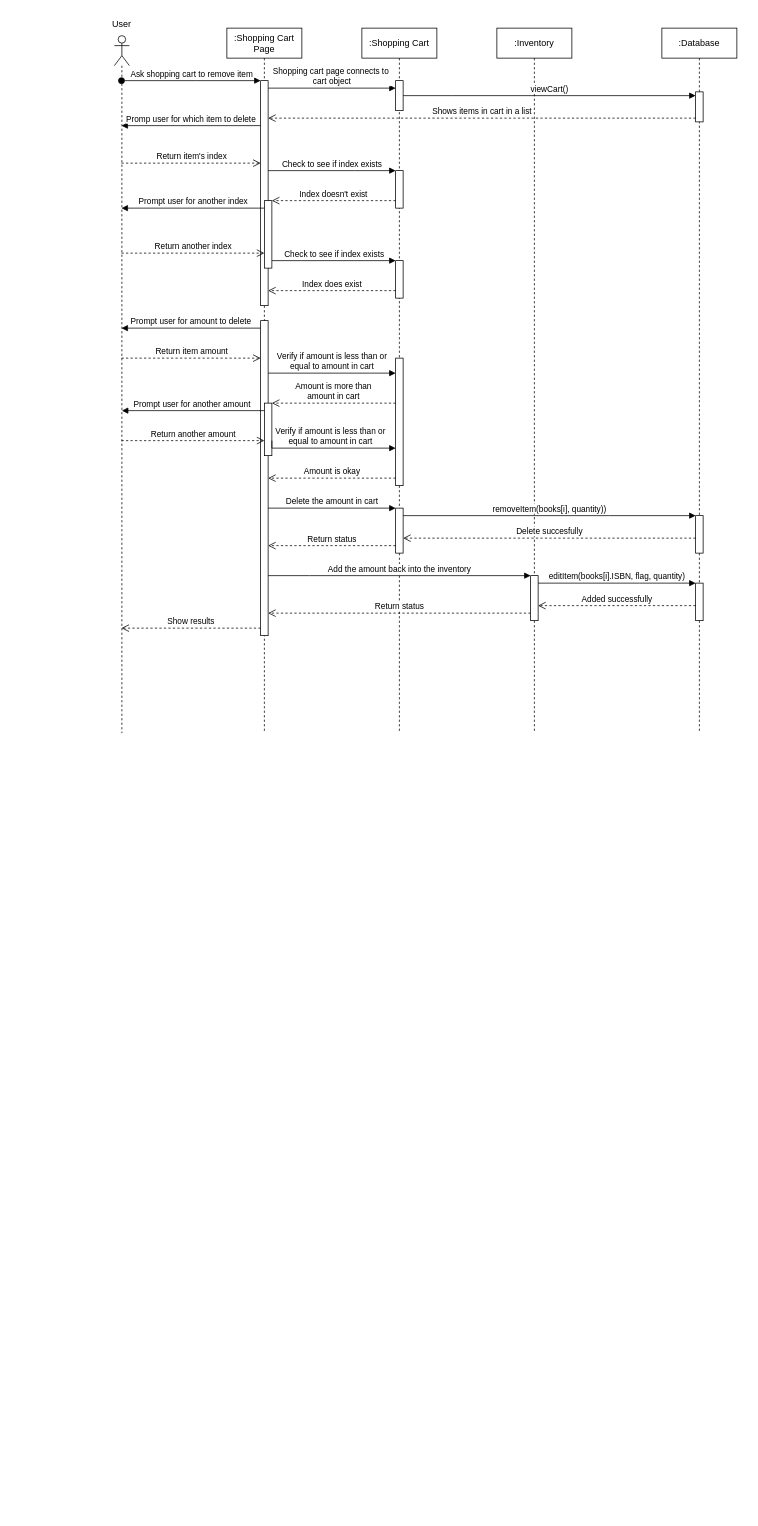
Earlier version of the draw.io diagram Remove Item Sequence Diagram.drawio (adl409/SE-project-Group-5). Source tidied: cells renumbered, new cells numbered last; positions are measured from the earlier drawing's top-left corner, leaving out a move shared by most shapes. Both pictures are drawn from the tidied source at 75%, with x=0, y=0 at pixel (99, 13).
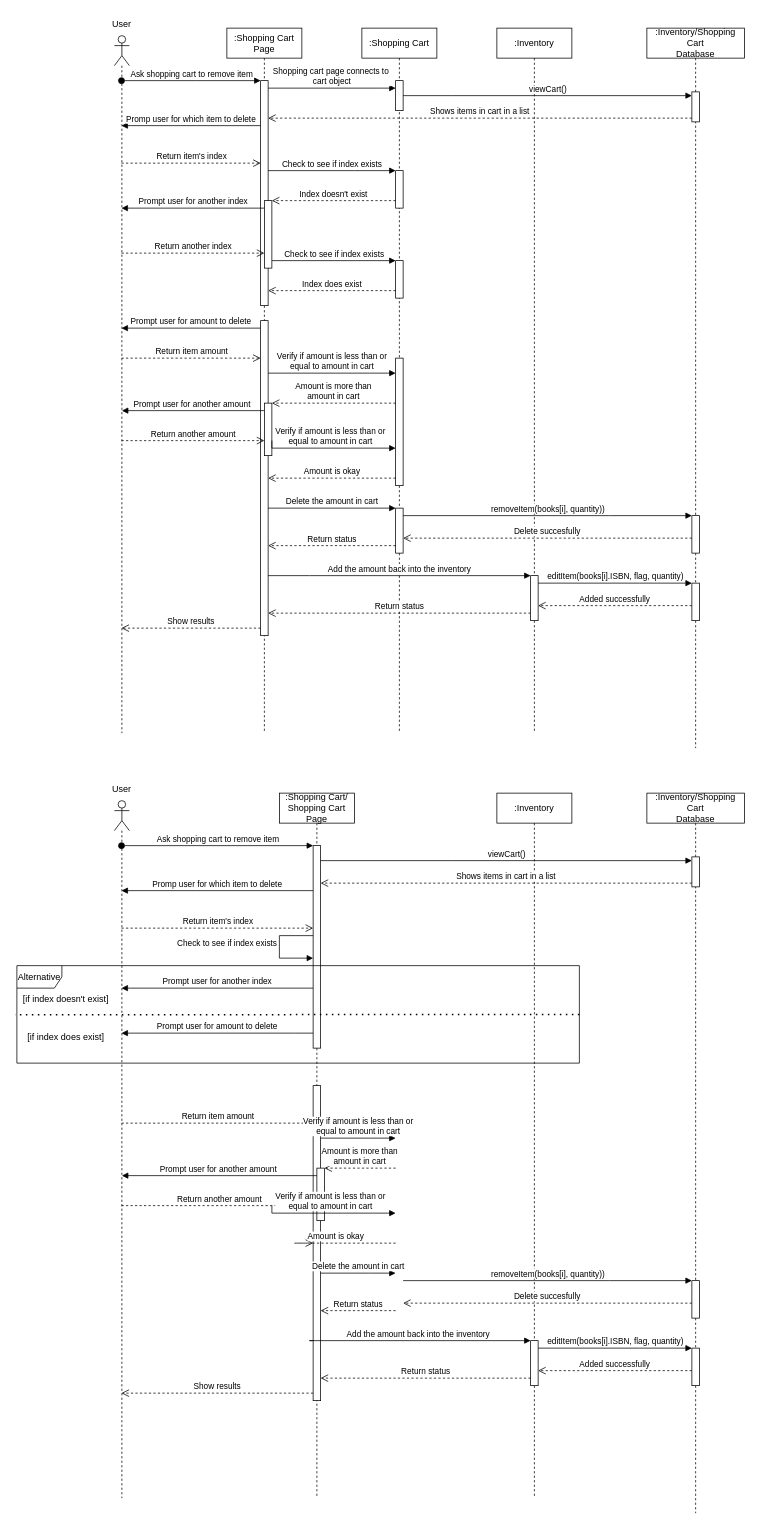
The same page after the edit.

Change to the diagram source:
```diff
@@
-    <mxCell id="39" value=":Database" style="shape=umlLifeline;perimeter=lifelinePerimeter;whiteSpace=wrap;html=1;newEdgeStyle={&quot;edgeStyle&quot;:&quot;elbowEdgeStyle&quot;,&quot;elbow&quot;:&quot;vertical&quot;,&quot;curved&quot;:0,&quot;rounded&quot;:0};" parent="1" vertex="1">
-      <mxGeometry x="750" y="20" width="100" height="940" as="geometry" />
+    <mxCell id="39" value=":Inventory/Shopping Cart&lt;br&gt;Database" style="shape=umlLifeline;perimeter=lifelinePerimeter;whiteSpace=wrap;html=1;newEdgeStyle={&quot;edgeStyle&quot;:&quot;elbowEdgeStyle&quot;,&quot;elbow&quot;:&quot;vertical&quot;,&quot;curved&quot;:0,&quot;rounded&quot;:0};" parent="1" vertex="1">
+      <mxGeometry x="730" y="20" width="130" height="960" as="geometry" />
     </mxCell>
     <mxCell id="40" style="html=1;points=[];perimeter=orthogonalPerimeter;outlineConnect=0;targetShapes=umlLifeline;portConstraint=eastwest;newEdgeStyle={&quot;edgeStyle&quot;:&quot;elbowEdgeStyle&quot;,&quot;elbow&quot;:&quot;vertical&quot;,&quot;curved&quot;:0,&quot;rounded&quot;:0};" parent="39" vertex="1">
-      <mxGeometry x="45" y="650" width="10" height="50" as="geometry" />
+      <mxGeometry x="60" y="650" width="10" height="50" as="geometry" />
     </mxCell>
     <mxCell id="41" style="html=1;points=[];perimeter=orthogonalPerimeter;outlineConnect=0;targetShapes=umlLifeline;portConstraint=eastwest;newEdgeStyle={&quot;edgeStyle&quot;:&quot;elbowEdgeStyle&quot;,&quot;elbow&quot;:&quot;vertical&quot;,&quot;curved&quot;:0,&quot;rounded&quot;:0};" parent="39" vertex="1">
-      <mxGeometry x="45" y="85" width="10" height="40" as="geometry" />
+      <mxGeometry x="60" y="85" width="10" height="40" as="geometry" />
     </mxCell>
     <mxCell id="42" style="html=1;points=[];perimeter=orthogonalPerimeter;outlineConnect=0;targetShapes=umlLifeline;portConstraint=eastwest;newEdgeStyle={&quot;edgeStyle&quot;:&quot;elbowEdgeStyle&quot;,&quot;elbow&quot;:&quot;vertical&quot;,&quot;curved&quot;:0,&quot;rounded&quot;:0};" parent="39" vertex="1">
-      <mxGeometry x="45" y="740" width="10" height="50" as="geometry" />
+      <mxGeometry x="60" y="740" width="10" height="50" as="geometry" />
     </mxCell>
@@
+    <mxCell id="50" value=":Inventory" style="shape=umlLifeline;perimeter=lifelinePerimeter;whiteSpace=wrap;html=1;newEdgeStyle={&quot;edgeStyle&quot;:&quot;elbowEdgeStyle&quot;,&quot;elbow&quot;:&quot;vertical&quot;,&quot;curved&quot;:0,&quot;rounded&quot;:0};" parent="1" vertex="1">
+      <mxGeometry x="530" y="1040" width="100" height="940" as="geometry" />
+    </mxCell>
+    <mxCell id="51" style="html=1;points=[];perimeter=orthogonalPerimeter;outlineConnect=0;targetShapes=umlLifeline;portConstraint=eastwest;newEdgeStyle={&quot;edgeStyle&quot;:&quot;elbowEdgeStyle&quot;,&quot;elbow&quot;:&quot;vertical&quot;,&quot;curved&quot;:0,&quot;rounded&quot;:0};" parent="50" vertex="1">
+      <mxGeometry x="45" y="730" width="10" height="60" as="geometry" />
+    </mxCell>
+    <mxCell id="52" style="shape=umlLifeline;perimeter=lifelinePerimeter;whiteSpace=wrap;html=1;outlineConnect=0;portConstraint=eastwest;newEdgeStyle={&quot;edgeStyle&quot;:&quot;elbowEdgeStyle&quot;,&quot;elbow&quot;:&quot;vertical&quot;,&quot;curved&quot;:0,&quot;rounded&quot;:0};participant=umlActor;" parent="1" vertex="1">
+      <mxGeometry x="20" y="1050" width="20" height="930" as="geometry" />
+    </mxCell>
+    <mxCell id="53" value="User" style="text;strokeColor=none;align=center;fillColor=none;html=1;verticalAlign=middle;whiteSpace=wrap;rounded=0;" parent="1" vertex="1">
+      <mxGeometry y="1020" width="60" height="30" as="geometry" />
+    </mxCell>
+    <mxCell id="54" value="Ask shopping cart to remove item" style="html=1;verticalAlign=bottom;startArrow=oval;endArrow=block;startSize=8;edgeStyle=elbowEdgeStyle;elbow=vertical;curved=0;rounded=0;" parent="1" edge="1" source="52" target="56">
+      <mxGeometry relative="1" as="geometry">
+        <Array as="points">
+          <mxPoint x="130" y="1110" />
+        </Array>
+      </mxGeometry>
+    </mxCell>
+    <mxCell id="55" value=":Shopping Cart/&lt;br&gt;Shopping Cart Page" style="shape=umlLifeline;perimeter=lifelinePerimeter;whiteSpace=wrap;html=1;newEdgeStyle={&quot;edgeStyle&quot;:&quot;elbowEdgeStyle&quot;,&quot;elbow&quot;:&quot;vertical&quot;,&quot;curved&quot;:0,&quot;rounded&quot;:0};" parent="1" vertex="1">
+      <mxGeometry x="240" y="1040" width="100" height="940" as="geometry" />
+    </mxCell>
+    <mxCell id="56" style="html=1;points=[];perimeter=orthogonalPerimeter;outlineConnect=0;targetShapes=umlLifeline;portConstraint=eastwest;newEdgeStyle={&quot;edgeStyle&quot;:&quot;elbowEdgeStyle&quot;,&quot;elbow&quot;:&quot;vertical&quot;,&quot;curved&quot;:0,&quot;rounded&quot;:0};" parent="55" vertex="1">
+      <mxGeometry x="45" y="70" width="10" height="270" as="geometry" />
+    </mxCell>
+    <mxCell id="57" style="html=1;points=[];perimeter=orthogonalPerimeter;outlineConnect=0;targetShapes=umlLifeline;portConstraint=eastwest;newEdgeStyle={&quot;edgeStyle&quot;:&quot;elbowEdgeStyle&quot;,&quot;elbow&quot;:&quot;vertical&quot;,&quot;curved&quot;:0,&quot;rounded&quot;:0};" parent="55" vertex="1">
+      <mxGeometry x="45" y="390" width="10" height="420" as="geometry" />
+    </mxCell>
+    <mxCell id="58" style="html=1;points=[];perimeter=orthogonalPerimeter;outlineConnect=0;targetShapes=umlLifeline;portConstraint=eastwest;newEdgeStyle={&quot;edgeStyle&quot;:&quot;elbowEdgeStyle&quot;,&quot;elbow&quot;:&quot;vertical&quot;,&quot;curved&quot;:0,&quot;rounded&quot;:0};" parent="55" vertex="1">
+      <mxGeometry x="50" y="500" width="10" height="70" as="geometry" />
+    </mxCell>
+    <mxCell id="59" value="Check to see if index exists" style="html=1;align=left;spacingLeft=2;endArrow=block;rounded=0;edgeStyle=orthogonalEdgeStyle;curved=0;rounded=0;" parent="55" edge="1" source="56" target="56">
+      <mxGeometry x="-0.08" y="-140" relative="1" as="geometry">
+        <Array as="points">
+          <mxPoint y="190" />
+          <mxPoint y="220" />
+        </Array>
+      </mxGeometry>
+    </mxCell>
+    <mxCell id="60" value="Promp user for which item to delete" style="html=1;verticalAlign=bottom;endArrow=block;edgeStyle=elbowEdgeStyle;elbow=vertical;curved=0;rounded=0;" parent="1" edge="1" source="56" target="52">
+      <mxGeometry relative="1" as="geometry">
+        <Array as="points">
+          <mxPoint x="130" y="1170" />
+          <mxPoint x="100" y="1150" />
+        </Array>
+      </mxGeometry>
+    </mxCell>
+    <mxCell id="61" value="Return item's index" style="html=1;verticalAlign=bottom;endArrow=open;dashed=1;endSize=8;edgeStyle=elbowEdgeStyle;elbow=vertical;curved=0;rounded=0;" parent="1" edge="1" source="52" target="56">
+      <mxGeometry relative="1" as="geometry">
+        <Array as="points">
+          <mxPoint x="150" y="1220" />
+          <mxPoint x="170" y="1210" />
+          <mxPoint x="210" y="1190" />
+        </Array>
+      </mxGeometry>
+    </mxCell>
+    <mxCell id="62" value="Prompt user for another index" style="html=1;verticalAlign=bottom;endArrow=block;edgeStyle=elbowEdgeStyle;elbow=vertical;curved=0;rounded=0;" parent="1" edge="1" source="56" target="52">
+      <mxGeometry relative="1" as="geometry">
+        <Array as="points">
+          <mxPoint x="180" y="1300" />
+          <mxPoint x="150" y="1290" />
+          <mxPoint x="170" y="1280" />
+          <mxPoint x="150" y="1280" />
+          <mxPoint x="190" y="1270" />
+          <mxPoint x="120" y="1310" />
+          <mxPoint x="90" y="1300" />
+        </Array>
+      </mxGeometry>
+    </mxCell>
+    <mxCell id="63" value="Prompt user for amount to delete" style="html=1;verticalAlign=bottom;endArrow=block;edgeStyle=elbowEdgeStyle;elbow=vertical;curved=0;rounded=0;" parent="1" edge="1" source="56" target="52">
+      <mxGeometry relative="1" as="geometry">
+        <Array as="points">
+          <mxPoint x="260" y="1360" />
+          <mxPoint x="240" y="1340" />
+          <mxPoint x="170" y="1440" />
+          <mxPoint x="140" y="1460" />
+          <mxPoint x="340" y="1470" />
+        </Array>
+      </mxGeometry>
+    </mxCell>
+    <mxCell id="64" value="Return item amount" style="html=1;verticalAlign=bottom;endArrow=open;dashed=1;endSize=8;edgeStyle=elbowEdgeStyle;elbow=vertical;curved=0;rounded=0;" parent="1" edge="1" source="52" target="57">
+      <mxGeometry relative="1" as="geometry">
+        <Array as="points">
+          <mxPoint x="100" y="1480" />
+        </Array>
+      </mxGeometry>
+    </mxCell>
+    <mxCell id="65" value="Verify if amount is less than or&lt;br&gt;equal to amount in cart" style="html=1;verticalAlign=bottom;endArrow=block;edgeStyle=elbowEdgeStyle;elbow=vertical;curved=0;rounded=0;" parent="1" edge="1" source="57">
+      <mxGeometry relative="1" as="geometry">
+        <mxPoint x="395" y="1500" as="targetPoint" />
+        <Array as="points">
+          <mxPoint x="360" y="1500" />
+          <mxPoint x="380" y="1520" />
+        </Array>
+      </mxGeometry>
+    </mxCell>
+    <mxCell id="66" value="Amount is more than &lt;br&gt;amount in cart" style="html=1;verticalAlign=bottom;endArrow=open;dashed=1;endSize=8;edgeStyle=elbowEdgeStyle;elbow=vertical;curved=0;rounded=0;" parent="1" edge="1" target="58">
+      <mxGeometry relative="1" as="geometry">
+        <mxPoint x="395" y="1540" as="sourcePoint" />
+        <Array as="points">
+          <mxPoint x="360" y="1540" />
+          <mxPoint x="260" y="1530" />
+          <mxPoint x="340" y="1540" />
+        </Array>
+      </mxGeometry>
+    </mxCell>
+    <mxCell id="67" value="Prompt user for another amount&amp;nbsp;" style="html=1;verticalAlign=bottom;endArrow=block;edgeStyle=elbowEdgeStyle;elbow=vertical;curved=0;rounded=0;" parent="1" edge="1" source="58">
+      <mxGeometry relative="1" as="geometry">
+        <mxPoint x="30" y="1550" as="targetPoint" />
+        <Array as="points">
+          <mxPoint x="170" y="1550" />
+          <mxPoint x="140" y="1570" />
+          <mxPoint x="340" y="1580" />
+        </Array>
+      </mxGeometry>
+    </mxCell>
+    <mxCell id="68" value="Return another amount" style="html=1;verticalAlign=bottom;endArrow=open;dashed=1;endSize=8;edgeStyle=elbowEdgeStyle;elbow=vertical;curved=0;rounded=0;" parent="1" edge="1" source="52" target="58">
+      <mxGeometry relative="1" as="geometry">
+        <Array as="points">
+          <mxPoint x="140" y="1590" />
+          <mxPoint x="70" y="1600" />
+        </Array>
+      </mxGeometry>
+    </mxCell>
+    <mxCell id="69" value="Verify if amount is less than or&lt;br&gt;equal to amount in cart" style="html=1;verticalAlign=bottom;endArrow=block;edgeStyle=elbowEdgeStyle;elbow=vertical;curved=0;rounded=0;" parent="1" edge="1">
+      <mxGeometry relative="1" as="geometry">
+        <mxPoint x="230" y="1590" as="sourcePoint" />
+        <mxPoint x="395" y="1600" as="targetPoint" />
+        <Array as="points">
+          <mxPoint x="240" y="1600" />
+          <mxPoint x="365" y="1590" />
+          <mxPoint x="385" y="1610" />
+        </Array>
+      </mxGeometry>
+    </mxCell>
+    <mxCell id="70" value="Amount is okay" style="html=1;verticalAlign=bottom;endArrow=open;dashed=1;endSize=8;edgeStyle=elbowEdgeStyle;elbow=vertical;curved=0;rounded=0;" parent="1" edge="1" target="57">
+      <mxGeometry relative="1" as="geometry">
+        <mxPoint x="395" y="1640" as="sourcePoint" />
+        <Array as="points">
+          <mxPoint x="260" y="1640" />
+          <mxPoint x="340" y="1650" />
+        </Array>
+      </mxGeometry>
+    </mxCell>
+    <mxCell id="71" value="Add the amount back into the inventory" style="html=1;verticalAlign=bottom;endArrow=block;edgeStyle=elbowEdgeStyle;elbow=vertical;curved=0;rounded=0;" parent="1" edge="1" source="57" target="51">
+      <mxGeometry relative="1" as="geometry">
+        <Array as="points">
+          <mxPoint x="280" y="1770" />
+          <mxPoint x="460" y="1750" />
+          <mxPoint x="440" y="1720" />
+          <mxPoint x="470" y="1710" />
+        </Array>
+      </mxGeometry>
+    </mxCell>
+    <mxCell id="72" value="Return status" style="html=1;verticalAlign=bottom;endArrow=open;dashed=1;endSize=8;edgeStyle=elbowEdgeStyle;elbow=vertical;curved=0;rounded=0;" parent="1" edge="1" source="51" target="57">
+      <mxGeometry relative="1" as="geometry">
+        <Array as="points">
+          <mxPoint x="310" y="1820" />
+          <mxPoint x="490" y="1810" />
+          <mxPoint x="440" y="1800" />
+          <mxPoint x="480" y="1770" />
+          <mxPoint x="270" y="1760" />
+        </Array>
+      </mxGeometry>
+    </mxCell>
+    <mxCell id="73" value="Show results" style="html=1;verticalAlign=bottom;endArrow=open;dashed=1;endSize=8;edgeStyle=elbowEdgeStyle;elbow=vertical;curved=0;rounded=0;" parent="1" edge="1" source="57" target="52">
+      <mxGeometry relative="1" as="geometry">
+        <Array as="points">
+          <mxPoint x="190" y="1840" />
+          <mxPoint x="160" y="1820" />
+          <mxPoint x="50" y="1780" />
+        </Array>
+      </mxGeometry>
+    </mxCell>
+    <mxCell id="74" value="Delete the amount in cart" style="html=1;verticalAlign=bottom;endArrow=block;edgeStyle=elbowEdgeStyle;elbow=vertical;curved=0;rounded=0;" parent="1" edge="1" source="57">
+      <mxGeometry relative="1" as="geometry">
+        <mxPoint x="395" y="1680" as="targetPoint" />
+        <Array as="points">
+          <mxPoint x="360" y="1680" />
+          <mxPoint x="470" y="1670" />
+        </Array>
+      </mxGeometry>
+    </mxCell>
+    <mxCell id="75" value="Return status" style="html=1;verticalAlign=bottom;endArrow=open;dashed=1;endSize=8;edgeStyle=elbowEdgeStyle;elbow=vertical;curved=0;rounded=0;" parent="1" edge="1" target="57">
+      <mxGeometry relative="1" as="geometry">
+        <mxPoint x="395" y="1730" as="sourcePoint" />
+        <Array as="points">
+          <mxPoint x="360" y="1730" />
+          <mxPoint x="370" y="1720" />
+          <mxPoint x="260" y="1710" />
+          <mxPoint x="330" y="1710" />
+          <mxPoint x="450" y="1810" />
+          <mxPoint x="490" y="1780" />
+          <mxPoint x="280" y="1770" />
+        </Array>
+      </mxGeometry>
+    </mxCell>
+    <mxCell id="76" value=":Inventory/Shopping Cart&lt;br&gt;Database" style="shape=umlLifeline;perimeter=lifelinePerimeter;whiteSpace=wrap;html=1;newEdgeStyle={&quot;edgeStyle&quot;:&quot;elbowEdgeStyle&quot;,&quot;elbow&quot;:&quot;vertical&quot;,&quot;curved&quot;:0,&quot;rounded&quot;:0};" parent="1" vertex="1">
+      <mxGeometry x="730" y="1040" width="130" height="960" as="geometry" />
+    </mxCell>
+    <mxCell id="77" style="html=1;points=[];perimeter=orthogonalPerimeter;outlineConnect=0;targetShapes=umlLifeline;portConstraint=eastwest;newEdgeStyle={&quot;edgeStyle&quot;:&quot;elbowEdgeStyle&quot;,&quot;elbow&quot;:&quot;vertical&quot;,&quot;curved&quot;:0,&quot;rounded&quot;:0};" parent="76" vertex="1">
+      <mxGeometry x="60" y="650" width="10" height="50" as="geometry" />
+    </mxCell>
+    <mxCell id="78" style="html=1;points=[];perimeter=orthogonalPerimeter;outlineConnect=0;targetShapes=umlLifeline;portConstraint=eastwest;newEdgeStyle={&quot;edgeStyle&quot;:&quot;elbowEdgeStyle&quot;,&quot;elbow&quot;:&quot;vertical&quot;,&quot;curved&quot;:0,&quot;rounded&quot;:0};" parent="76" vertex="1">
+      <mxGeometry x="60" y="85" width="10" height="40" as="geometry" />
+    </mxCell>
+    <mxCell id="79" style="html=1;points=[];perimeter=orthogonalPerimeter;outlineConnect=0;targetShapes=umlLifeline;portConstraint=eastwest;newEdgeStyle={&quot;edgeStyle&quot;:&quot;elbowEdgeStyle&quot;,&quot;elbow&quot;:&quot;vertical&quot;,&quot;curved&quot;:0,&quot;rounded&quot;:0};" parent="76" vertex="1">
+      <mxGeometry x="60" y="740" width="10" height="50" as="geometry" />
+    </mxCell>
+    <mxCell id="80" value="viewCart()" style="html=1;verticalAlign=bottom;endArrow=block;edgeStyle=elbowEdgeStyle;elbow=vertical;curved=0;rounded=0;" parent="1" edge="1" source="56" target="78">
+      <mxGeometry relative="1" as="geometry">
+        <Array as="points">
+          <mxPoint x="470" y="1130" />
+          <mxPoint x="480" y="1130" />
+          <mxPoint x="500" y="1120" />
+          <mxPoint x="550" y="1120" />
+          <mxPoint x="530" y="1110" />
+          <mxPoint x="270" y="1120" />
+          <mxPoint x="220" y="1130" />
+          <mxPoint x="440" y="1170" />
+        </Array>
+      </mxGeometry>
+    </mxCell>
+    <mxCell id="81" value="Shows items in cart in a list" style="html=1;verticalAlign=bottom;endArrow=open;dashed=1;endSize=8;edgeStyle=elbowEdgeStyle;elbow=vertical;curved=0;rounded=0;" parent="1" edge="1" source="78" target="56">
+      <mxGeometry relative="1" as="geometry">
+        <Array as="points">
+          <mxPoint x="610" y="1160" />
+          <mxPoint x="420" y="1170" />
+          <mxPoint x="310" y="1150" />
+          <mxPoint x="370" y="1140" />
+          <mxPoint x="320" y="1150" />
+        </Array>
+      </mxGeometry>
+    </mxCell>
+    <mxCell id="82" value="removeItem(books[i], quantity))" style="html=1;verticalAlign=bottom;endArrow=block;edgeStyle=elbowEdgeStyle;elbow=vertical;curved=0;rounded=0;" parent="1" edge="1" target="77">
+      <mxGeometry relative="1" as="geometry">
+        <mxPoint x="405" y="1690" as="sourcePoint" />
+        <Array as="points">
+          <mxPoint x="680" y="1690" />
+        </Array>
+      </mxGeometry>
+    </mxCell>
+    <mxCell id="83" value="Delete succesfully" style="html=1;verticalAlign=bottom;endArrow=open;dashed=1;endSize=8;edgeStyle=elbowEdgeStyle;elbow=vertical;curved=0;rounded=0;" parent="1" edge="1" source="77">
+      <mxGeometry relative="1" as="geometry">
+        <mxPoint x="405" y="1720" as="targetPoint" />
+        <Array as="points">
+          <mxPoint x="470" y="1720" />
+          <mxPoint x="520" y="1730" />
+          <mxPoint x="480" y="1710" />
+        </Array>
+      </mxGeometry>
+    </mxCell>
+    <mxCell id="84" value="editItem(books[i].ISBN, flag, quantity)" style="html=1;verticalAlign=bottom;endArrow=block;edgeStyle=elbowEdgeStyle;elbow=vertical;curved=0;rounded=0;" parent="1" edge="1" source="51" target="79">
+      <mxGeometry relative="1" as="geometry">
+        <Array as="points">
+          <mxPoint x="720" y="1780" />
+        </Array>
+      </mxGeometry>
+    </mxCell>
+    <mxCell id="85" value="Added successfully" style="html=1;verticalAlign=bottom;endArrow=open;dashed=1;endSize=8;edgeStyle=elbowEdgeStyle;elbow=vertical;curved=0;rounded=0;" parent="1" edge="1" source="79" target="51">
+      <mxGeometry relative="1" as="geometry">
+        <Array as="points">
+          <mxPoint x="670" y="1810" />
+        </Array>
+      </mxGeometry>
+    </mxCell>
+    <mxCell id="86" value="Alternative" style="shape=umlFrame;whiteSpace=wrap;html=1;" parent="1" vertex="1">
+      <mxGeometry x="-110" y="1270" width="750" height="130" as="geometry" />
+    </mxCell>
+    <mxCell id="87" style="endArrow=none;dashed=1;html=1;dashPattern=1 3;strokeWidth=2;rounded=0;exitX=1;exitY=0.5;exitDx=0;exitDy=0;exitPerimeter=0;entryX=-0.003;entryY=0.505;entryDx=0;entryDy=0;entryPerimeter=0;" parent="1" edge="1" source="86" target="86">
+      <mxGeometry relative="1" as="geometry" />
+    </mxCell>
+    <mxCell id="88" value="[if index doesn't exist]" style="text;html=1;align=center;verticalAlign=middle;strokeColor=none;fillColor=none;" parent="1" vertex="1">
+      <mxGeometry x="-115" y="1300" width="140" height="30" as="geometry" />
+    </mxCell>
+    <mxCell id="89" value="[if index does exist]" style="text;html=1;align=center;verticalAlign=middle;strokeColor=none;fillColor=none;" parent="1" vertex="1">
+      <mxGeometry x="-110" y="1350" width="130" height="30" as="geometry" />
+    </mxCell>
```
